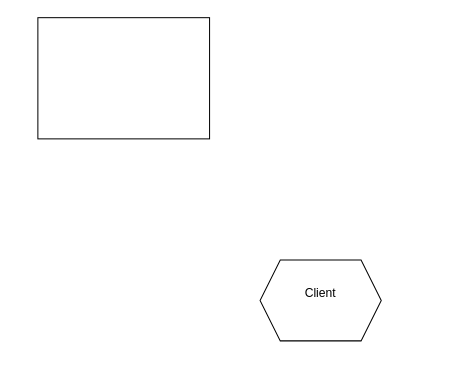
The draw.io diagram architecture diagram.drawio in hen137/dmosh, before the edit. Source tidied: cells renumbered, new cells numbered last; positions are measured from the earlier drawing's top-left corner, leaving out a move shared by most shapes. Both pictures are drawn from the tidied source at 101%, with x=0, y=0 at pixel (37, 17).
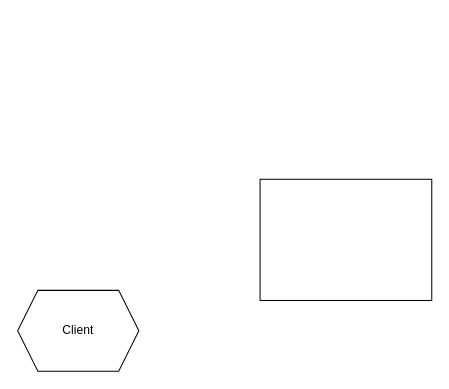
The same diagram, later.

What changed in the source:
```diff
@@
 <mxGraphModel>
   <root>
     <mxCell id="0" />
     <mxCell id="1" parent="0" />
     <mxCell id="2" style="rounded=0;whiteSpace=wrap;html=1;" parent="1" vertex="1">
-      <mxGeometry width="170" height="120" as="geometry" />
+      <mxGeometry x="220" y="160" width="170" height="120" as="geometry" />
     </mxCell>
-    <mxCell id="3" value="&lt;div&gt;Client&lt;/div&gt;&lt;div&gt;&lt;br&gt;&lt;/div&gt;" style="shape=hexagon;perimeter=hexagonPerimeter2;whiteSpace=wrap;html=1;fixedSize=1;" parent="1" vertex="1">
-      <mxGeometry x="220" y="240" width="120" height="80" as="geometry" />
+    <mxCell id="3" value="&lt;div&gt;Client&lt;/div&gt;" style="shape=hexagon;perimeter=hexagonPerimeter2;whiteSpace=wrap;html=1;fixedSize=1;" parent="1" vertex="1">
+      <mxGeometry x="-20" y="270" width="120" height="80" as="geometry" />
     </mxCell>
   </root>
 </mxGraphModel>
```
